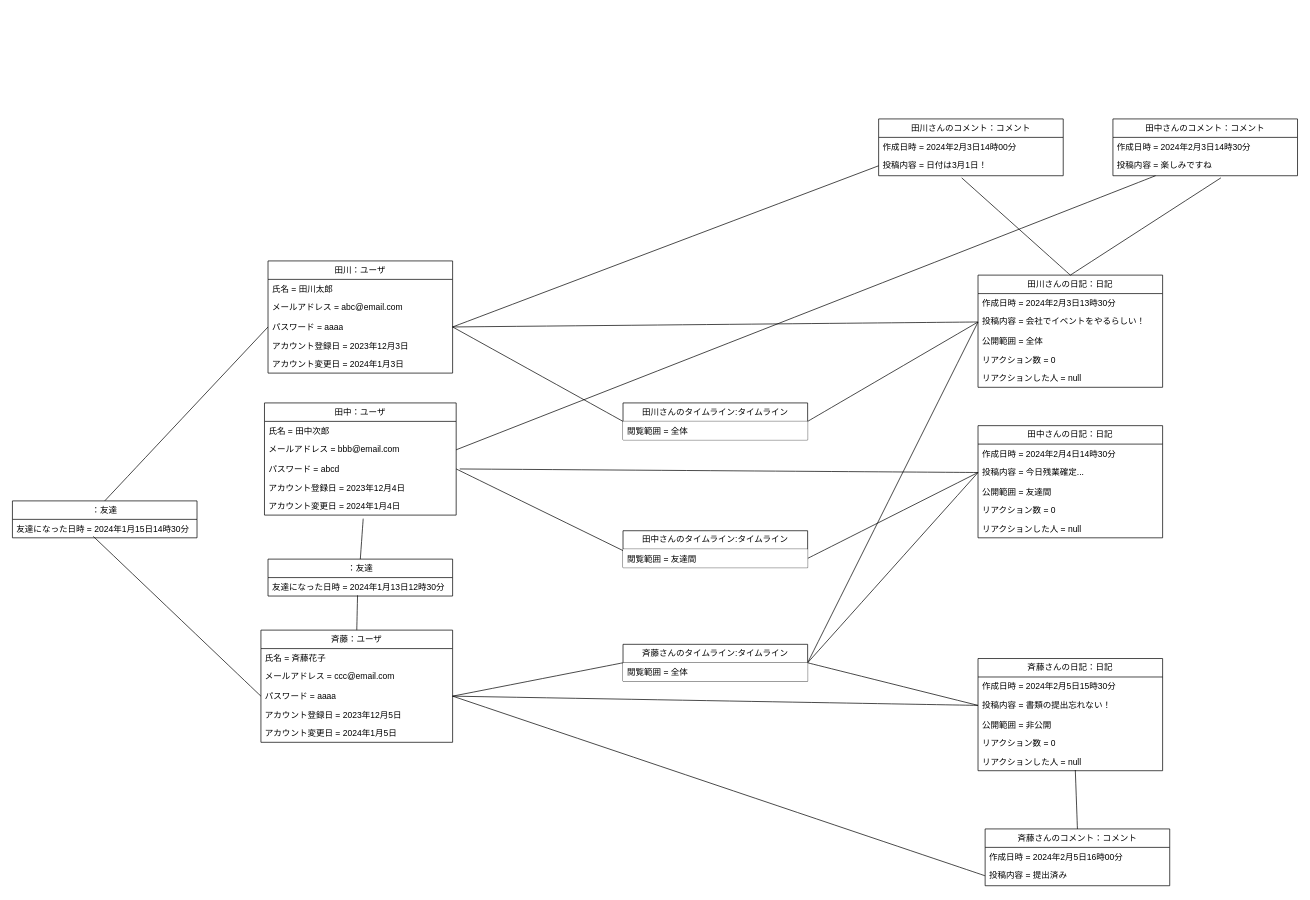
Earlier version of the draw.io diagram 概念モデル/09_友達の日記にコメントする/友達の日記にコメントする.drawio (tawainfer/scorpio). Source tidied: cells renumbered, new cells numbered last; positions are measured from the earlier drawing's top-left corner, leaving out a move shared by most shapes. Both pictures are drawn from the tidied source at 71%, with x=0, y=0 at pixel (12, 119).
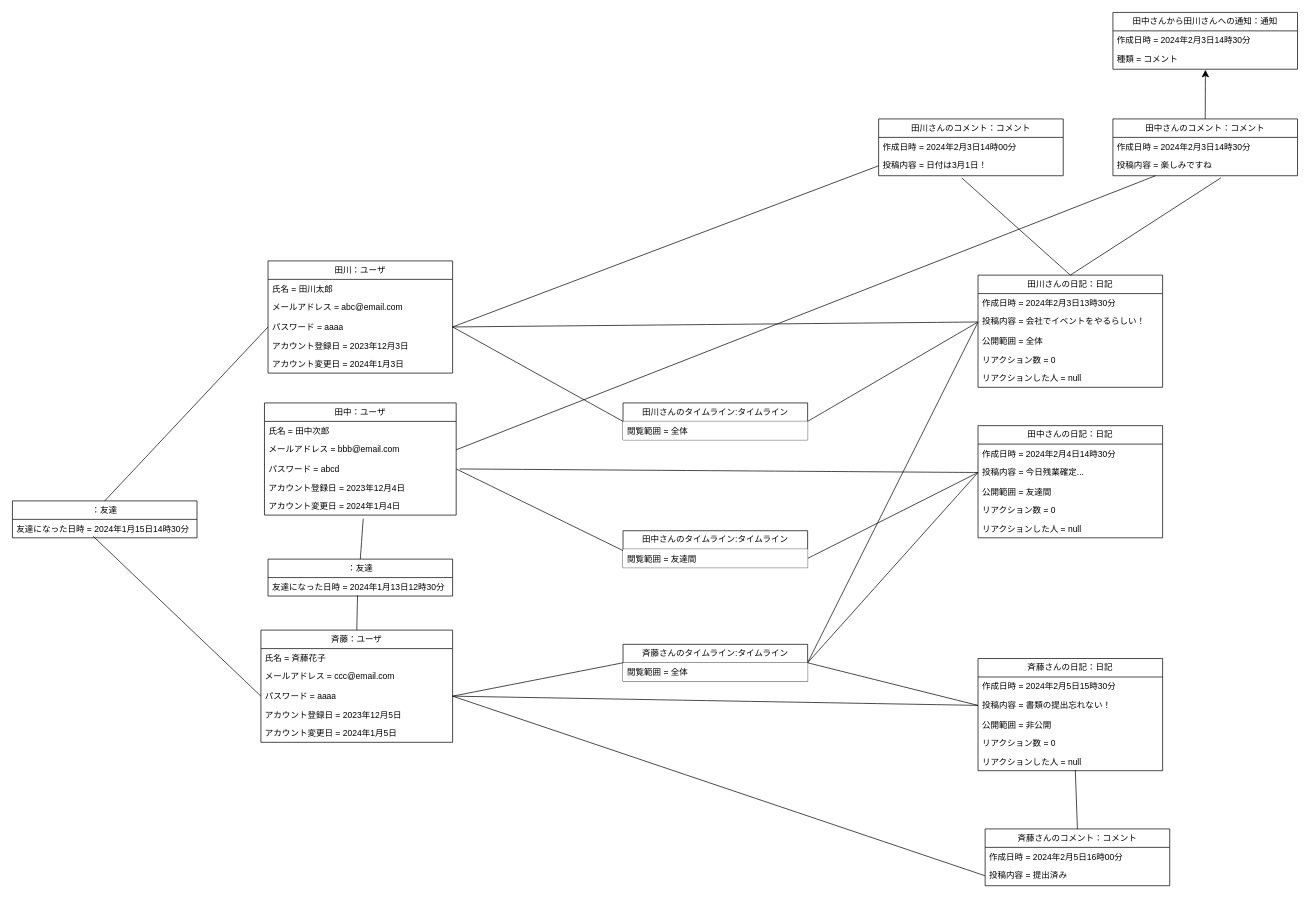
Above is the later version.

Change to the diagram source:
```diff
@@
+    <mxCell id="78" value="田中さんから田川さんへの通知：通知" style="swimlane;fontStyle=0;horizontal=1;startSize=26;fillColor=none;whiteSpace=wrap;html=1;" parent="1" vertex="1">
+      <mxGeometry x="1550" y="-150" width="260" height="80" as="geometry" />
+    </mxCell>
+    <mxCell id="79" value="作成日時 =&amp;nbsp;2024年2月3日14時30分" style="text;strokeColor=none;fillColor=none;align=left;verticalAlign=top;spacingLeft=4;spacingRight=4;overflow=hidden;whiteSpace=wrap;html=1;" parent="78" vertex="1">
+      <mxGeometry y="26" width="260" height="26" as="geometry" />
+    </mxCell>
+    <mxCell id="80" value="種類 = コメント" style="text;strokeColor=none;fillColor=none;align=left;verticalAlign=top;spacingLeft=4;spacingRight=4;overflow=hidden;points=[[0,0.5],[1,0.5]];portConstraint=eastwest;whiteSpace=wrap;html=1;" parent="78" vertex="1">
+      <mxGeometry y="52" width="260" height="28" as="geometry" />
+    </mxCell>
+    <mxCell id="81" style="edgeStyle=none;curved=1;rounded=0;jettySize=auto;html=1;exitX=0.5;exitY=0;exitDx=0;exitDy=0;entryX=0.501;entryY=1.03;entryDx=0;entryDy=0;entryPerimeter=0;fontSize=12;startSize=8;endSize=8;" parent="1" edge="1" target="80">
+      <mxGeometry relative="1" as="geometry">
+        <mxPoint x="1680" as="sourcePoint" />
+      </mxGeometry>
+    </mxCell>
```
